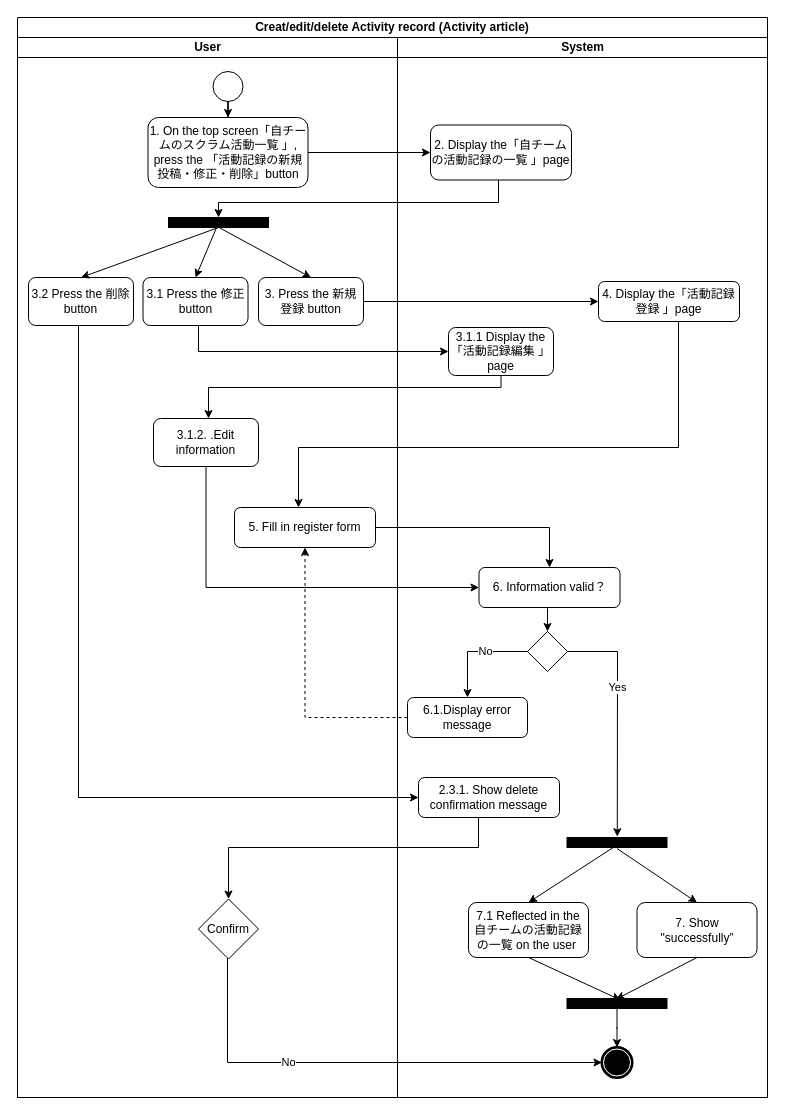
Before: page "5. Activity record" (5 of 11) of 「スクラム活動」Activity Diagram.drawio in thuy-ocg/Test, a draw.io diagram. Source tidied: cells renumbered, new cells numbered last; positions are measured from the earlier drawing's top-left corner, leaving out a move shared by most shapes. Both pictures are drawn from the tidied source at 100%, with x=0, y=0 at pixel (17, 17).
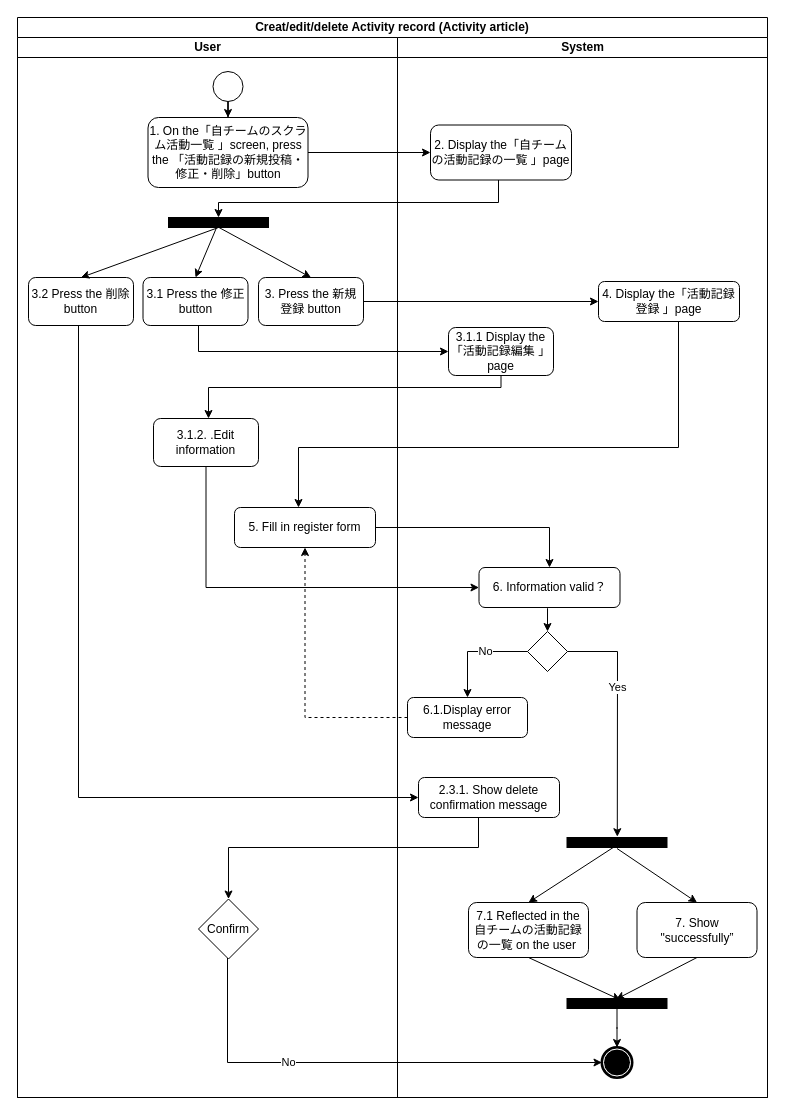
The same page after the edit.

The change refers to these unchanged cells:
```xml
<mxCell id="6" value="User" style="swimlane;html=1;startSize=20;" parent="2" vertex="1">
  <mxGeometry y="20" width="380" height="1060" as="geometry" />
</mxCell>
```

What changed in the source:
```diff
@@
-    <mxCell id="9" value="1. On the top screen「自チームのスクラム活動一覧 」, press the 「活動記録の新規投稿・修正・削除」button" style="rounded=1;whiteSpace=wrap;html=1;" parent="6" vertex="1">
+    <mxCell id="9" value="1. On the「自チームのスクラム活動一覧 」screen, press the 「活動記録の新規投稿・修正・削除」button" style="rounded=1;whiteSpace=wrap;html=1;" parent="6" vertex="1">
       <mxGeometry x="130.5" y="80" width="160" height="70" as="geometry" />
     </mxCell>
```
